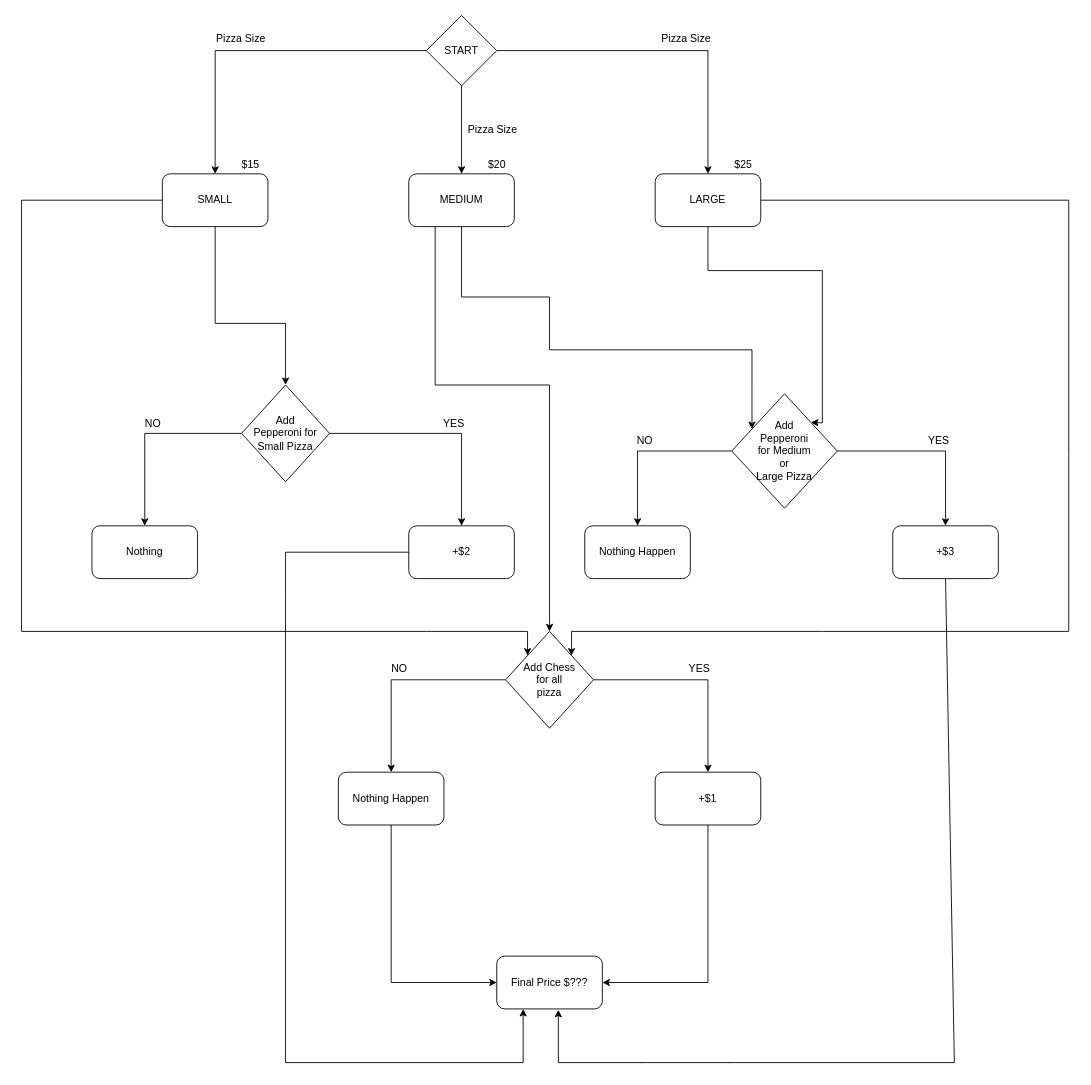
This is pizza delivery price.drawio from Yvane-Christopher/Yvane-Christopher, a draw.io file, before an edit. Source tidied: cells renumbered, new cells numbered last; positions are measured from the earlier drawing's top-left corner, leaving out a move shared by most shapes. Both pictures are drawn from the tidied source at 88%, with x=0, y=0 at pixel (21, 15).
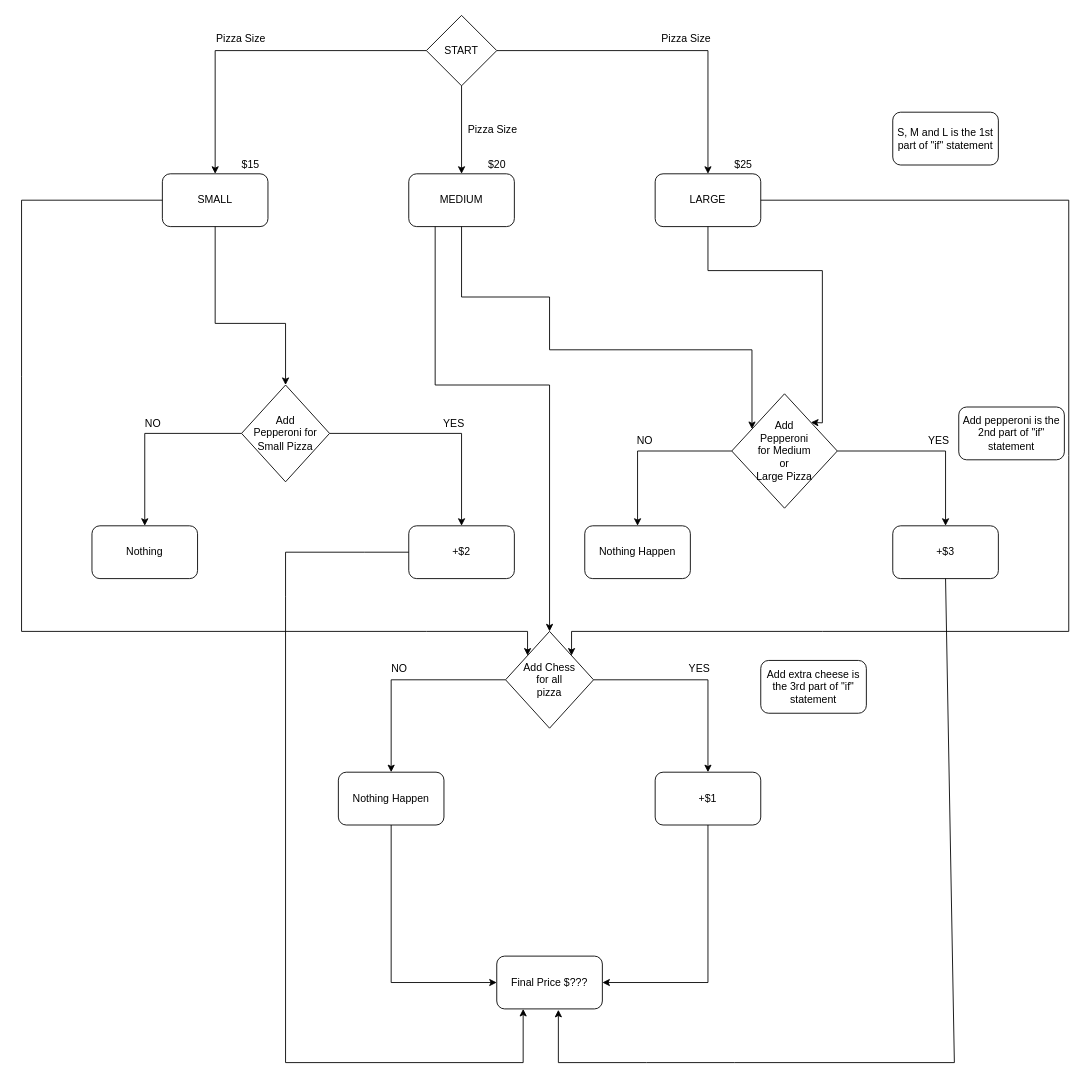
After the change.

The edit, as a diff of the source:
```diff
@@
+    <mxCell id="47" value="S, M and L is the 1st part of &quot;if&quot; statement" style="rounded=1;whiteSpace=wrap;html=1;" parent="1" vertex="1">
+      <mxGeometry x="990" y="110" width="120" height="60" as="geometry" />
+    </mxCell>
+    <mxCell id="48" value="Add pepperoni is the 2nd part of &quot;if&quot; statement" style="rounded=1;whiteSpace=wrap;html=1;" parent="1" vertex="1">
+      <mxGeometry x="1065" y="445" width="120" height="60" as="geometry" />
+    </mxCell>
+    <mxCell id="49" value="Add extra cheese is the 3rd part of &quot;if&quot; statement" style="rounded=1;whiteSpace=wrap;html=1;" parent="1" vertex="1">
+      <mxGeometry x="840" y="733" width="120" height="60" as="geometry" />
+    </mxCell>
```
